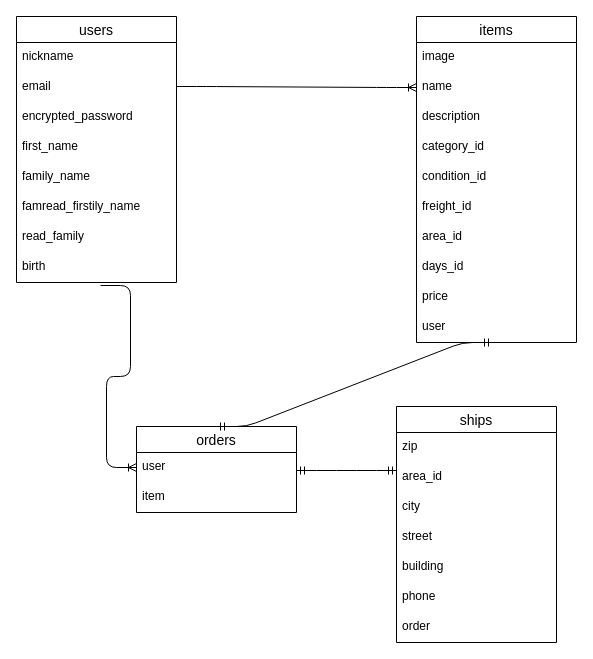
suzuki0112/furima-37154 keeps this draw.io diagram as furima.dio. Above is the earlier version. Source tidied: cells renumbered, new cells numbered last; positions are measured from the earlier drawing's top-left corner, leaving out a move shared by most shapes. Both pictures are drawn from the tidied source at 100%, with x=0, y=0 at pixel (16, 16).
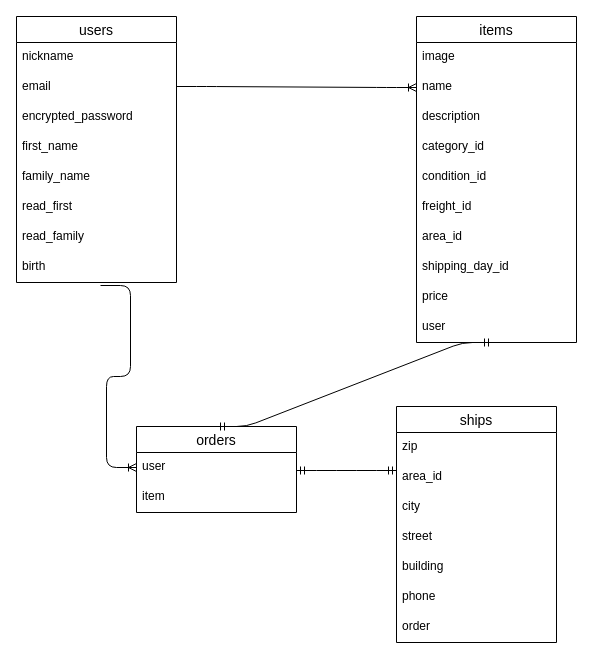
The same page after the edit.

Commit message (it also covers changes not shown here):
データベース設計修正

Unchanged cells that the change refers to:
```xml
<mxCell id="2" value="users" style="swimlane;fontStyle=0;horizontal=1;startSize=26;align=center;fontSize=14;" parent="1" vertex="1">
  <mxGeometry width="160" height="266" as="geometry" />
</mxCell>
<mxCell id="11" value="items" style="swimlane;fontStyle=0;horizontal=1;startSize=26;align=center;fontSize=14;" parent="1" vertex="1">
  <mxGeometry x="400" width="160" height="326" as="geometry" />
</mxCell>
```

The edit, as a diff of the source:
```diff
@@
-    <mxCell id="8" value="famread_firstily_name" style="text;strokeColor=none;fillColor=none;spacingLeft=4;spacingRight=4;overflow=hidden;fontSize=12;" parent="2" vertex="1">
+    <mxCell id="8" value="read_first " style="text;strokeColor=none;fillColor=none;spacingLeft=4;spacingRight=4;overflow=hidden;fontSize=12;" parent="2" vertex="1">
       <mxGeometry y="176" width="160" height="30" as="geometry" />
     </mxCell>
@@
-    <mxCell id="19" value="days_id" style="text;strokeColor=none;fillColor=none;spacingLeft=4;spacingRight=4;overflow=hidden;fontSize=12;" parent="11" vertex="1">
+    <mxCell id="19" value="shipping_day_id" style="text;strokeColor=none;fillColor=none;spacingLeft=4;spacingRight=4;overflow=hidden;fontSize=12;" parent="11" vertex="1">
       <mxGeometry y="236" width="160" height="30" as="geometry" />
     </mxCell>
```
